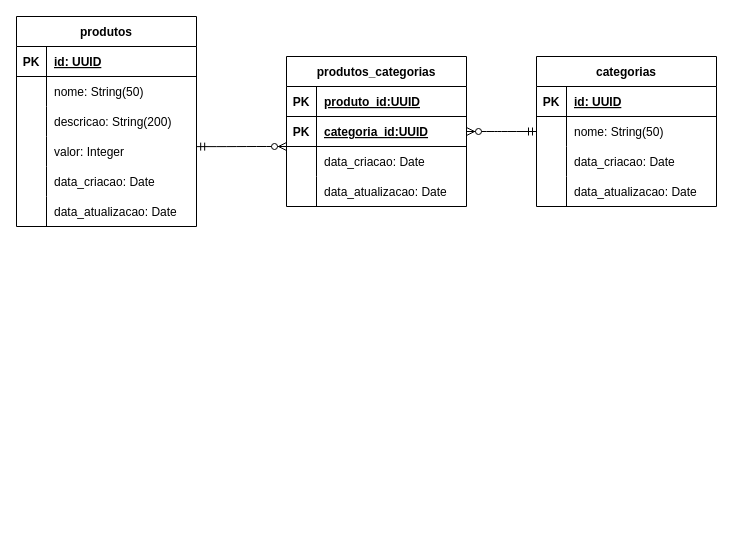
Earlier version of the draw.io diagram page "Modelo Lógico" (2 of 2) of requirements/ecommerce-database.drawio (AdsonVicente/ecommerce-node-api). Source tidied: cells renumbered, new cells numbered last; positions are measured from the earlier drawing's top-left corner, leaving out a move shared by most shapes. Both pictures are drawn from the tidied source at 100%, with x=0, y=0 at pixel (16, 16).
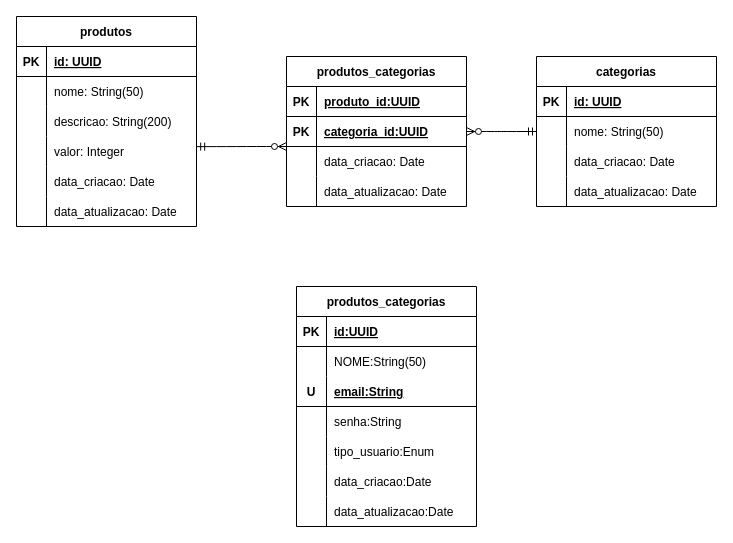
The same diagram, later.

The edit, as a diff of the source:
```diff
@@
+    <mxCell id="49" value="produtos_categorias" style="shape=table;startSize=30;childLayout=tableLayout;rowLines=0;fontStyle=1;align=center;" parent="1" vertex="1">
+      <mxGeometry x="280" y="270" width="180" height="240" as="geometry" />
+    </mxCell>
+    <mxCell id="50" style="shape=tableRow;horizontal=0;startSize=0;swimlaneHead=0;swimlaneBody=0;fillColor=none;top=0;left=0;right=0;bottom=1;" parent="49" vertex="1">
+      <mxGeometry y="30" width="180" height="30" as="geometry" />
+    </mxCell>
+    <mxCell id="51" value="PK" style="shape=partialRectangle;fillColor=none;top=0;left=0;bottom=0;right=0;fontStyle=1;overflow=hidden;" parent="50" vertex="1">
+      <mxGeometry width="30" height="30" as="geometry" />
+    </mxCell>
+    <mxCell id="52" value="id:UUID" style="shape=partialRectangle;fillColor=none;top=0;left=0;bottom=0;right=0;align=left;spacingLeft=6;fontStyle=5;overflow=hidden;" parent="50" vertex="1">
+      <mxGeometry x="30" width="150" height="30" as="geometry" />
+    </mxCell>
+    <mxCell id="53" style="shape=tableRow;horizontal=0;startSize=0;swimlaneHead=0;swimlaneBody=0;fillColor=none;top=0;left=0;right=0;bottom=0;" parent="49" vertex="1">
+      <mxGeometry y="60" width="180" height="30" as="geometry" />
+    </mxCell>
+    <mxCell id="54" style="shape=partialRectangle;fillColor=none;top=0;left=0;bottom=0;right=0;overflow=hidden;" parent="53" vertex="1">
+      <mxGeometry width="30" height="30" as="geometry" />
+    </mxCell>
+    <mxCell id="55" value="NOME:String(50)" style="shape=partialRectangle;fillColor=none;top=0;left=0;bottom=0;right=0;align=left;spacingLeft=6;overflow=hidden;" parent="53" vertex="1">
+      <mxGeometry x="30" width="150" height="30" as="geometry" />
+    </mxCell>
+    <mxCell id="56" style="shape=tableRow;horizontal=0;startSize=0;swimlaneHead=0;swimlaneBody=0;fillColor=none;top=0;left=0;right=0;bottom=1;" parent="49" vertex="1">
+      <mxGeometry y="90" width="180" height="30" as="geometry" />
+    </mxCell>
+    <mxCell id="57" value="U" style="shape=partialRectangle;fillColor=none;top=0;left=0;bottom=0;right=0;fontStyle=1;overflow=hidden;" parent="56" vertex="1">
+      <mxGeometry width="30" height="30" as="geometry" />
+    </mxCell>
+    <mxCell id="58" value="email:String" style="shape=partialRectangle;fillColor=none;top=0;left=0;bottom=0;right=0;align=left;spacingLeft=6;fontStyle=5;overflow=hidden;" parent="56" vertex="1">
+      <mxGeometry x="30" width="150" height="30" as="geometry" />
+    </mxCell>
+    <mxCell id="59" style="shape=tableRow;horizontal=0;startSize=0;swimlaneHead=0;swimlaneBody=0;fillColor=none;top=0;left=0;right=0;bottom=0;" parent="49" vertex="1">
+      <mxGeometry y="120" width="180" height="30" as="geometry" />
+    </mxCell>
+    <mxCell id="60" style="shape=partialRectangle;fillColor=none;top=0;left=0;bottom=0;right=0;overflow=hidden;" parent="59" vertex="1">
+      <mxGeometry width="30" height="30" as="geometry" />
+    </mxCell>
+    <mxCell id="61" value="senha:String" style="shape=partialRectangle;fillColor=none;top=0;left=0;bottom=0;right=0;align=left;spacingLeft=6;overflow=hidden;" parent="59" vertex="1">
+      <mxGeometry x="30" width="150" height="30" as="geometry" />
+    </mxCell>
+    <mxCell id="62" style="shape=tableRow;horizontal=0;startSize=0;swimlaneHead=0;swimlaneBody=0;fillColor=none;top=0;left=0;right=0;bottom=0;" parent="49" vertex="1">
+      <mxGeometry y="150" width="180" height="30" as="geometry" />
+    </mxCell>
+    <mxCell id="63" style="shape=partialRectangle;fillColor=none;top=0;left=0;bottom=0;right=0;overflow=hidden;" parent="62" vertex="1">
+      <mxGeometry width="30" height="30" as="geometry" />
+    </mxCell>
+    <mxCell id="64" value="tipo_usuario:Enum" style="shape=partialRectangle;fillColor=none;top=0;left=0;bottom=0;right=0;align=left;spacingLeft=6;overflow=hidden;" parent="62" vertex="1">
+      <mxGeometry x="30" width="150" height="30" as="geometry" />
+    </mxCell>
+    <mxCell id="65" style="shape=tableRow;horizontal=0;startSize=0;swimlaneHead=0;swimlaneBody=0;fillColor=none;top=0;left=0;right=0;bottom=0;" parent="49" vertex="1">
+      <mxGeometry y="180" width="180" height="30" as="geometry" />
+    </mxCell>
+    <mxCell id="66" style="shape=partialRectangle;fillColor=none;top=0;left=0;bottom=0;right=0;overflow=hidden;" parent="65" vertex="1">
+      <mxGeometry width="30" height="30" as="geometry" />
+    </mxCell>
+    <mxCell id="67" value="data_criacao:Date" style="shape=partialRectangle;fillColor=none;top=0;left=0;bottom=0;right=0;align=left;spacingLeft=6;overflow=hidden;" parent="65" vertex="1">
+      <mxGeometry x="30" width="150" height="30" as="geometry" />
+    </mxCell>
+    <mxCell id="68" style="shape=tableRow;horizontal=0;startSize=0;swimlaneHead=0;swimlaneBody=0;fillColor=none;top=0;left=0;right=0;bottom=0;" parent="49" vertex="1">
+      <mxGeometry y="210" width="180" height="30" as="geometry" />
+    </mxCell>
+    <mxCell id="69" style="shape=partialRectangle;fillColor=none;top=0;left=0;bottom=0;right=0;overflow=hidden;" parent="68" vertex="1">
+      <mxGeometry width="30" height="30" as="geometry" />
+    </mxCell>
+    <mxCell id="70" value="data_atualizacao:Date" style="shape=partialRectangle;fillColor=none;top=0;left=0;bottom=0;right=0;align=left;spacingLeft=6;overflow=hidden;" parent="68" vertex="1">
+      <mxGeometry x="30" width="150" height="30" as="geometry" />
+    </mxCell>
```
